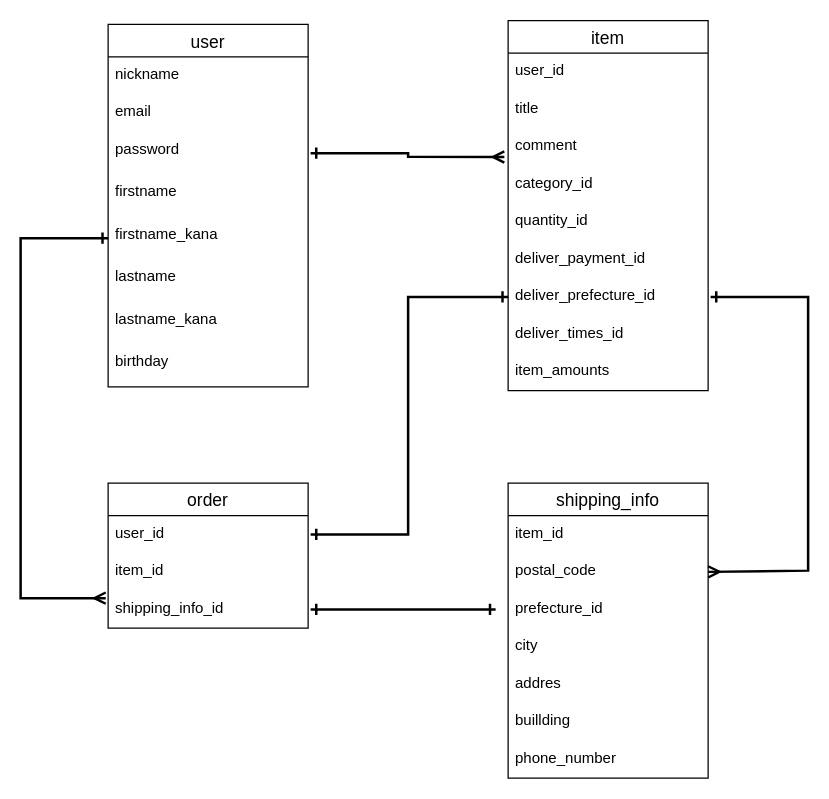
Above: test.dio in takaya-kinjo/furima-35167 (draw.io), before the change. Source tidied: cells renumbered, new cells numbered last; positions are measured from the earlier drawing's top-left corner, leaving out a move shared by most shapes. Both pictures are drawn from the tidied source at 125%, with x=0, y=0 at pixel (20, 20).
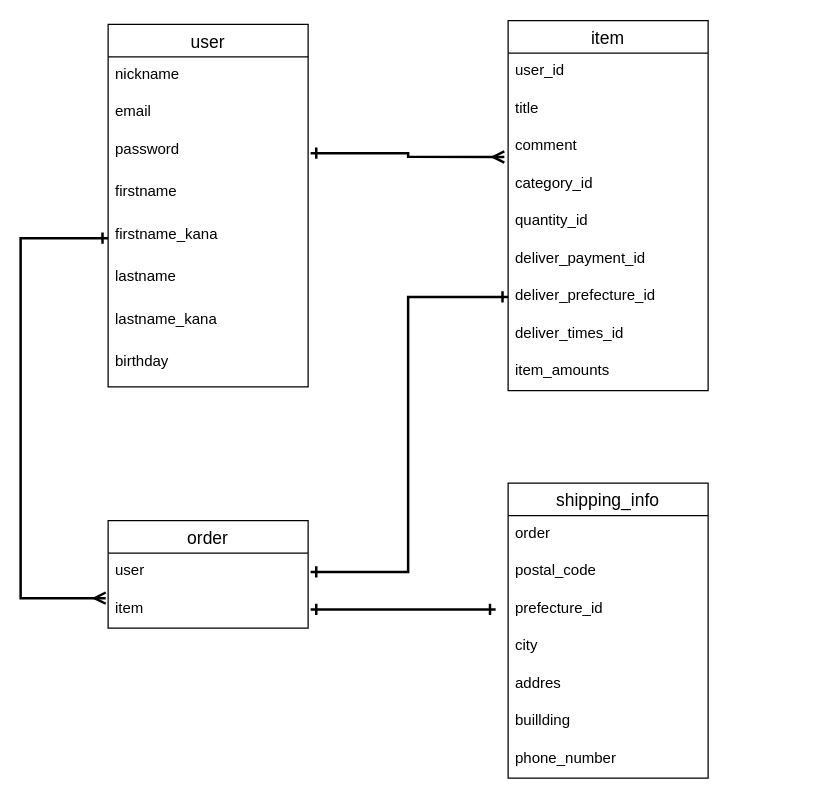
The same page after the edit.

Unchanged cells that the change refers to:
```xml
<mxCell id="7" value="firstname_kana" style="text;strokeColor=none;fillColor=none;spacingLeft=4;spacingRight=4;overflow=hidden;points=[[0,0.5],[1,0.5]];portConstraint=eastwest;fontSize=12;" parent="2" vertex="1">
  <mxGeometry y="154" width="160" height="34" as="geometry" />
</mxCell>
<mxCell id="18" value="deliver_prefecture_id" style="text;strokeColor=none;fillColor=none;spacingLeft=4;spacingRight=4;overflow=hidden;points=[[0,0.5],[1,0.5]];portConstraint=eastwest;fontSize=12;" parent="11" vertex="1">
  <mxGeometry y="206" width="160" height="30" as="geometry" />
</mxCell>
<mxCell id="21" value="shipping_info" style="swimlane;fontStyle=0;horizontal=1;startSize=26;align=center;fontSize=14;" parent="1" vertex="1">
  <mxGeometry x="390" y="370" width="160" height="236" as="geometry" />
</mxCell>
<mxCell id="23" value="postal_code" style="text;strokeColor=none;fillColor=none;spacingLeft=4;spacingRight=4;overflow=hidden;points=[[0,0.5],[1,0.5]];portConstraint=eastwest;fontSize=12;" parent="21" vertex="1">
  <mxGeometry y="56" width="160" height="30" as="geometry" />
</mxCell>
```

Change to the diagram source:
```diff
@@
-    <mxCell id="22" value="item_id" style="text;strokeColor=none;fillColor=none;spacingLeft=4;spacingRight=4;overflow=hidden;fontSize=12;" parent="21" vertex="1">
+    <mxCell id="22" value="order" style="text;strokeColor=none;fillColor=none;spacingLeft=4;spacingRight=4;overflow=hidden;fontSize=12;" parent="21" vertex="1">
       <mxGeometry y="26" width="160" height="30" as="geometry" />
     </mxCell>
@@
     <mxCell id="29" value="order" style="swimlane;fontStyle=0;horizontal=1;startSize=26;align=center;fontSize=14;" parent="1" vertex="1">
-      <mxGeometry x="70" y="370" width="160" height="116" as="geometry" />
+      <mxGeometry x="70" y="400" width="160" height="86" as="geometry" />
     </mxCell>
-    <mxCell id="30" value="user_id" style="text;strokeColor=none;fillColor=none;spacingLeft=4;spacingRight=4;overflow=hidden;points=[[0,0.5],[1,0.5]];portConstraint=eastwest;fontSize=12;" parent="29" vertex="1">
+    <mxCell id="30" value="user" style="text;strokeColor=none;fillColor=none;spacingLeft=4;spacingRight=4;overflow=hidden;points=[[0,0.5],[1,0.5]];portConstraint=eastwest;fontSize=12;" parent="29" vertex="1">
       <mxGeometry y="26" width="160" height="30" as="geometry" />
     </mxCell>
-    <mxCell id="31" value="item_id" style="text;strokeColor=none;fillColor=none;spacingLeft=4;spacingRight=4;overflow=hidden;fontSize=12;" parent="29" vertex="1">
+    <mxCell id="31" value="item" style="text;strokeColor=none;fillColor=none;spacingLeft=4;spacingRight=4;overflow=hidden;fontSize=12;" parent="29" vertex="1">
       <mxGeometry y="56" width="160" height="30" as="geometry" />
     </mxCell>
-    <mxCell id="32" value="shipping_info_id" style="text;strokeColor=none;fillColor=none;spacingLeft=4;spacingRight=4;overflow=hidden;points=[[0,0.5],[1,0.5]];portConstraint=eastwest;fontSize=12;" parent="29" vertex="1">
-      <mxGeometry y="86" width="160" height="30" as="geometry" />
-    </mxCell>
@@
-    <mxCell id="34" style="edgeStyle=orthogonalEdgeStyle;rounded=0;jettySize=auto;html=1;exitX=0;exitY=0.5;exitDx=0;exitDy=0;entryX=-0.012;entryY=0.2;entryDx=0;entryDy=0;entryPerimeter=0;startArrow=ERone;startFill=0;sourcePerimeterSpacing=2;endArrow=ERmany;endFill=0;targetPerimeterSpacing=2;strokeWidth=2;" parent="1" edge="1" source="7" target="32">
+    <mxCell id="34" style="edgeStyle=orthogonalEdgeStyle;rounded=0;jettySize=auto;html=1;exitX=0;exitY=0.5;exitDx=0;exitDy=0;entryX=-0.012;entryY=0.2;entryDx=0;entryDy=0;entryPerimeter=0;startArrow=ERone;startFill=0;sourcePerimeterSpacing=2;endArrow=ERmany;endFill=0;targetPerimeterSpacing=2;strokeWidth=2;" parent="1" edge="1" source="7">
       <mxGeometry relative="1" as="geometry">
+        <mxPoint x="68.1" y="462" as="targetPoint" />
         <Array as="points">
           <mxPoint y="174" />
           <mxPoint y="462" />
         </Array>
       </mxGeometry>
     </mxCell>
@@
-    <mxCell id="36" style="edgeStyle=orthogonalEdgeStyle;rounded=0;jettySize=auto;html=1;entryX=1;entryY=0.5;entryDx=0;entryDy=0;startArrow=ERone;startFill=0;sourcePerimeterSpacing=2;endArrow=ERmany;endFill=0;targetPerimeterSpacing=2;strokeWidth=2;" parent="1" edge="1" source="18" target="23">
-      <mxGeometry relative="1" as="geometry">
-        <Array as="points">
-          <mxPoint x="630" y="221" />
-          <mxPoint x="630" y="440" />
-          <mxPoint x="550" y="440" />
-        </Array>
-      </mxGeometry>
-    </mxCell>
-    <mxCell id="37" style="edgeStyle=orthogonalEdgeStyle;rounded=0;jettySize=auto;html=1;startArrow=ERone;startFill=0;sourcePerimeterSpacing=2;endArrow=ERone;endFill=0;targetPerimeterSpacing=2;strokeWidth=2;" parent="1" edge="1" source="32">
+    <mxCell id="37" style="edgeStyle=orthogonalEdgeStyle;rounded=0;orthogonalLoop=1;jettySize=auto;html=1;startArrow=ERone;startFill=0;sourcePerimeterSpacing=2;endArrow=ERone;endFill=0;targetPerimeterSpacing=2;strokeWidth=2;" parent="1" edge="1">
       <mxGeometry relative="1" as="geometry">
+        <mxPoint x="232" y="471" as="sourcePoint" />
         <mxPoint x="380" y="471" as="targetPoint" />
       </mxGeometry>
     </mxCell>
```
